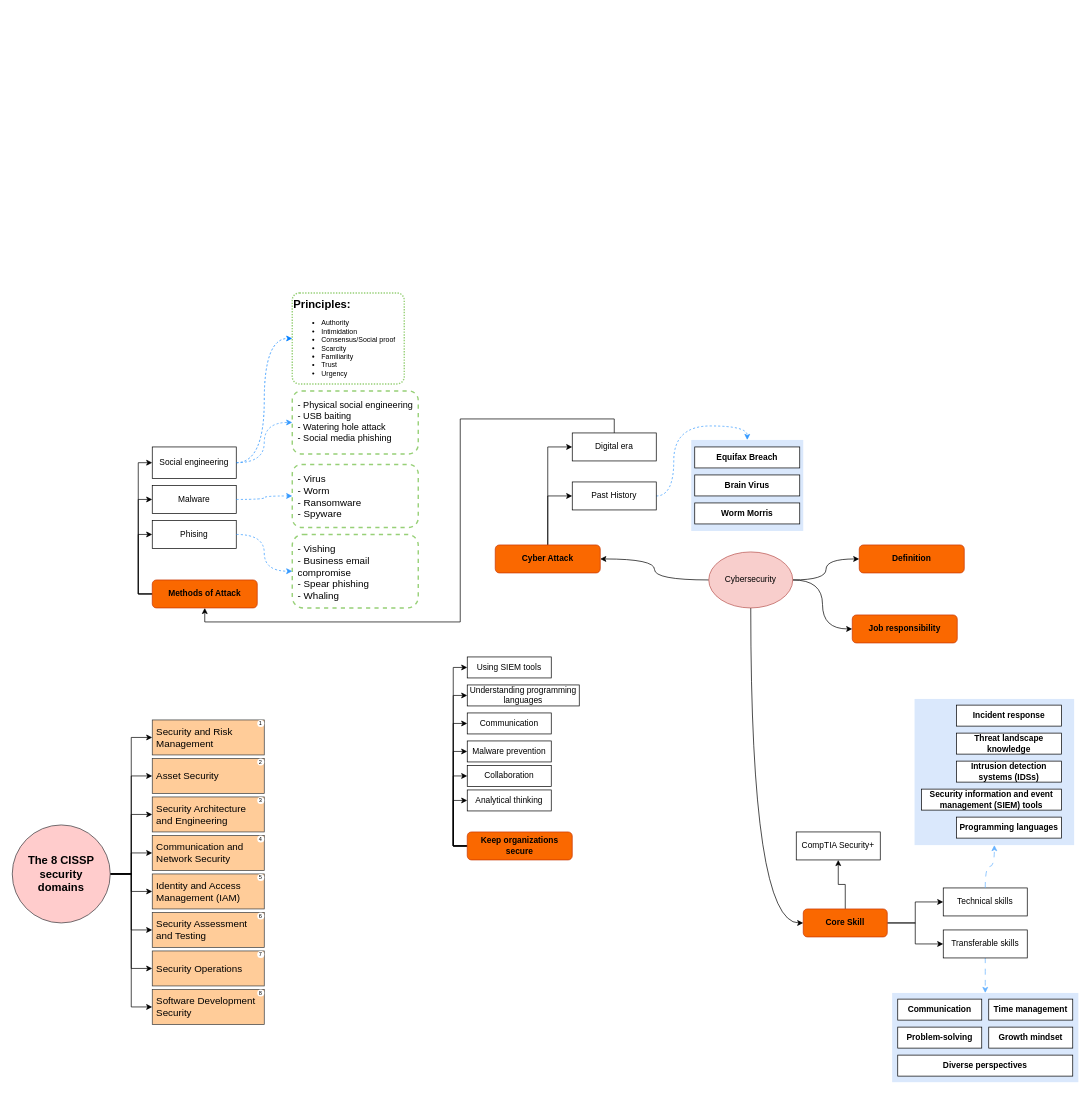
Above: mind-map.drawio in yogiprsetya/Google-Cybersecurity-x-Coursera (draw.io), before the change. Source tidied: cells renumbered, new cells numbered last; positions are measured from the earlier drawing's top-left corner, leaving out a move shared by most shapes. Both pictures are drawn from the tidied source at 70%, with x=0, y=0 at pixel (12, 293).
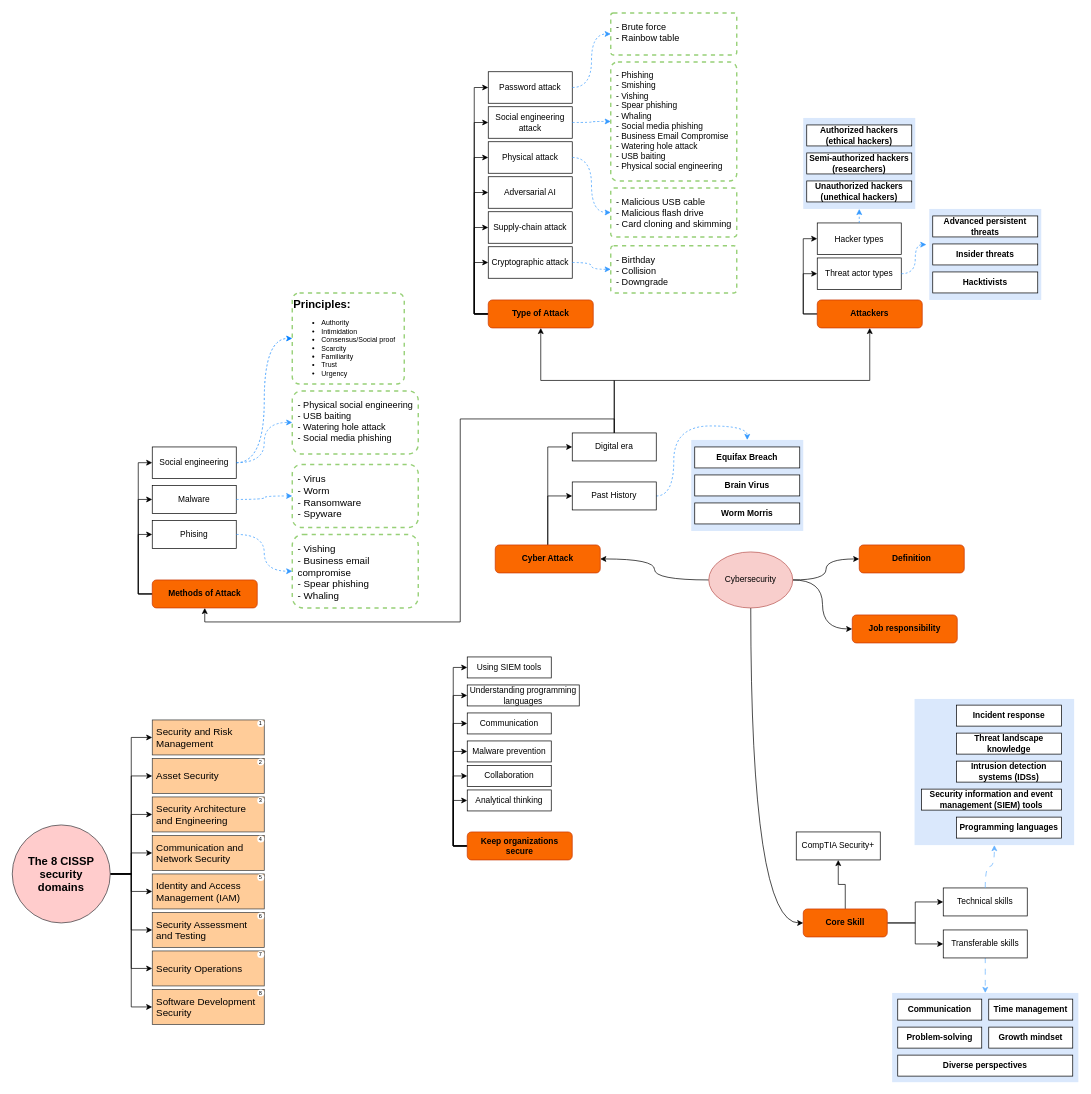
Above is the later version.

Unchanged cells that the change refers to:
```xml
<mxCell id="53" value="Digital era" style="rounded=0;whiteSpace=wrap;html=1;" parent="1" vertex="1">
  <mxGeometry x="800" y="200" width="120" height="40" as="geometry" />
</mxCell>
```

Diff of the diagram source:
```diff
@@
+    <mxCell id="108" style="edgeStyle=orthogonalEdgeStyle;rounded=0;jettySize=auto;html=1;" parent="1" edge="1" source="53" target="117">
+      <mxGeometry relative="1" as="geometry" />
+    </mxCell>
+    <mxCell id="109" style="edgeStyle=orthogonalEdgeStyle;rounded=0;jettySize=auto;html=1;exitX=0.5;exitY=0;exitDx=0;exitDy=0;entryX=0.5;entryY=1;entryDx=0;entryDy=0;" parent="1" edge="1" source="53" target="134">
+      <mxGeometry relative="1" as="geometry" />
+    </mxCell>
@@
-    <mxCell id="55" value="&lt;p style=&quot;margin-top: 0px;&quot;&gt;&lt;font style=&quot;font-size: 16px;&quot;&gt;&lt;b&gt;Principles:&lt;/b&gt;&lt;/font&gt;&lt;/p&gt;&lt;ul style=&quot;font-size: 10px;&quot;&gt;&lt;li&gt;&lt;span&gt;&lt;span&gt;Authority&lt;/span&gt;&lt;/span&gt;&lt;/li&gt;&lt;li&gt;&lt;span&gt;&lt;span&gt;Intimidation&lt;/span&gt;&lt;/span&gt;&lt;/li&gt;&lt;li&gt;&lt;span&gt;&lt;span&gt;Consensus/Social proof&lt;/span&gt;&lt;/span&gt;&lt;/li&gt;&lt;li&gt;&lt;span&gt;&lt;span&gt;Scarcity&lt;/span&gt;&lt;/span&gt;&lt;/li&gt;&lt;li&gt;&lt;span&gt;&lt;span&gt;Familiarity&lt;/span&gt;&lt;/span&gt;&lt;/li&gt;&lt;li&gt;&lt;span&gt;&lt;span&gt;Trust&lt;/span&gt;&lt;/span&gt;&lt;/li&gt;&lt;li&gt;&lt;span&gt;&lt;span&gt;Urgency&lt;/span&gt;&lt;/span&gt;&lt;/li&gt;&lt;/ul&gt;" style="text;html=1;whiteSpace=wrap;overflow=hidden;rounded=1;strokeColor=#97D077;dashed=1;dashPattern=1 1;arcSize=8;strokeWidth=2;" parent="1" vertex="1">
+    <mxCell id="55" value="&lt;p style=&quot;margin-top: 0px;&quot;&gt;&lt;font style=&quot;font-size: 16px;&quot;&gt;&lt;b&gt;Principles:&lt;/b&gt;&lt;/font&gt;&lt;/p&gt;&lt;ul style=&quot;font-size: 10px;&quot;&gt;&lt;li&gt;&lt;span&gt;&lt;span&gt;Authority&lt;/span&gt;&lt;/span&gt;&lt;/li&gt;&lt;li&gt;&lt;span&gt;&lt;span&gt;Intimidation&lt;/span&gt;&lt;/span&gt;&lt;/li&gt;&lt;li&gt;&lt;span&gt;&lt;span&gt;Consensus/Social proof&lt;/span&gt;&lt;/span&gt;&lt;/li&gt;&lt;li&gt;&lt;span&gt;&lt;span&gt;Scarcity&lt;/span&gt;&lt;/span&gt;&lt;/li&gt;&lt;li&gt;&lt;span&gt;&lt;span&gt;Familiarity&lt;/span&gt;&lt;/span&gt;&lt;/li&gt;&lt;li&gt;&lt;span&gt;&lt;span&gt;Trust&lt;/span&gt;&lt;/span&gt;&lt;/li&gt;&lt;li&gt;&lt;span&gt;&lt;span&gt;Urgency&lt;/span&gt;&lt;/span&gt;&lt;/li&gt;&lt;/ul&gt;" style="text;html=1;whiteSpace=wrap;overflow=hidden;rounded=1;strokeColor=#97D077;dashed=1;arcSize=8;strokeWidth=2;" parent="1" vertex="1">
       <mxGeometry x="400" width="160" height="130" as="geometry" />
     </mxCell>
@@
+    <mxCell id="110" style="group;" parent="1" vertex="1">
+      <mxGeometry x="680" y="-400" width="355" height="450" as="geometry" />
+    </mxCell>
+    <mxCell id="111" style="edgeStyle=orthogonalEdgeStyle;rounded=0;jettySize=auto;html=1;entryX=0;entryY=0.5;entryDx=0;entryDy=0;exitX=0;exitY=0.5;exitDx=0;exitDy=0;" parent="110" edge="1" source="117" target="129">
+      <mxGeometry relative="1" as="geometry" />
+    </mxCell>
+    <mxCell id="112" style="edgeStyle=orthogonalEdgeStyle;rounded=0;jettySize=auto;html=1;exitX=0;exitY=0.5;exitDx=0;exitDy=0;entryX=0;entryY=0.5;entryDx=0;entryDy=0;" parent="110" edge="1" source="117" target="128">
+      <mxGeometry relative="1" as="geometry" />
+    </mxCell>
+    <mxCell id="113" style="edgeStyle=orthogonalEdgeStyle;rounded=0;jettySize=auto;html=1;exitX=0;exitY=0.5;exitDx=0;exitDy=0;entryX=0;entryY=0.5;entryDx=0;entryDy=0;" parent="110" edge="1" source="117" target="127">
+      <mxGeometry relative="1" as="geometry" />
+    </mxCell>
+    <mxCell id="114" style="edgeStyle=orthogonalEdgeStyle;rounded=0;jettySize=auto;html=1;exitX=0;exitY=0.5;exitDx=0;exitDy=0;entryX=0;entryY=0.5;entryDx=0;entryDy=0;" parent="110" edge="1" source="117" target="120">
+      <mxGeometry relative="1" as="geometry" />
+    </mxCell>
+    <mxCell id="115" style="edgeStyle=orthogonalEdgeStyle;rounded=0;jettySize=auto;html=1;exitX=0;exitY=0.5;exitDx=0;exitDy=0;entryX=0;entryY=0.5;entryDx=0;entryDy=0;" parent="110" edge="1" source="117" target="118">
+      <mxGeometry relative="1" as="geometry" />
+    </mxCell>
+    <mxCell id="116" style="edgeStyle=orthogonalEdgeStyle;rounded=0;jettySize=auto;html=1;exitX=0;exitY=0.5;exitDx=0;exitDy=0;entryX=0;entryY=0.5;entryDx=0;entryDy=0;" parent="110" edge="1" source="117" target="119">
+      <mxGeometry relative="1" as="geometry" />
+    </mxCell>
+    <mxCell id="117" value="Type of Attack" style="rounded=1;whiteSpace=wrap;html=1;fontStyle=1;fillColor=#fa6800;fontColor=#000000;strokeColor=#C73500;" parent="110" vertex="1">
+      <mxGeometry y="410" width="150" height="40" as="geometry" />
+    </mxCell>
+    <mxCell id="118" value="Social engineering attack" style="rounded=0;whiteSpace=wrap;html=1;" parent="110" vertex="1">
+      <mxGeometry y="134" width="120" height="45" as="geometry" />
+    </mxCell>
+    <mxCell id="119" value="Password attack" style="rounded=0;whiteSpace=wrap;html=1;" parent="110" vertex="1">
+      <mxGeometry y="84" width="120" height="45" as="geometry" />
+    </mxCell>
+    <mxCell id="120" value="Physical attack" style="rounded=0;whiteSpace=wrap;html=1;" parent="110" vertex="1">
+      <mxGeometry y="184" width="120" height="45" as="geometry" />
+    </mxCell>
+    <mxCell id="121" value="&lt;div style=&quot;font-size: 13px;&quot;&gt;&lt;font style=&quot;font-size: 13px;&quot;&gt;- Brute force&lt;br&gt;- Rainbow table&lt;/font&gt;&lt;/div&gt;" style="text;html=1;whiteSpace=wrap;overflow=hidden;rounded=1;strokeColor=#97D077;dashed=1;fillColor=none;strokeWidth=2;spacing=8;arcSize=6;" parent="110" vertex="1">
+      <mxGeometry x="175" width="180" height="60" as="geometry" />
+    </mxCell>
+    <mxCell id="122" style="rounded=0;jettySize=auto;html=1;exitX=1;exitY=0.5;exitDx=0;exitDy=0;entryX=0;entryY=0.5;entryDx=0;entryDy=0;dashed=1;strokeColor=#3399FF;edgeStyle=orthogonalEdgeStyle;curved=1;" parent="110" edge="1" source="119" target="121">
+      <mxGeometry relative="1" as="geometry" />
+    </mxCell>
+    <mxCell id="123" value="- Phishing&lt;br&gt;- Smishing&lt;br&gt;- Vishing&lt;br&gt;- Spear phishing&lt;br&gt;- Whaling&lt;br&gt;- Social media phishing&lt;br&gt;- Business Email Compromise&lt;br&gt;- Watering hole attack&lt;br&gt;- USB baiting&lt;br&gt;- Physical social engineering " style="text;html=1;whiteSpace=wrap;overflow=hidden;rounded=1;strokeColor=#97D077;dashed=1;fillColor=none;strokeWidth=2;spacing=8;arcSize=6;" parent="110" vertex="1">
+      <mxGeometry x="175" y="70" width="180" height="170" as="geometry" />
+    </mxCell>
+    <mxCell id="124" style="rounded=0;jettySize=auto;html=1;exitX=1;exitY=0.5;exitDx=0;exitDy=0;entryX=0;entryY=0.5;entryDx=0;entryDy=0;dashed=1;strokeColor=#3399FF;edgeStyle=orthogonalEdgeStyle;curved=1;" parent="110" edge="1" source="118" target="123">
+      <mxGeometry relative="1" as="geometry" />
+    </mxCell>
+    <mxCell id="125" value="&lt;div style=&quot;font-size: 13px;&quot;&gt;&lt;font style=&quot;font-size: 13px;&quot;&gt;- Malicious USB cable&lt;br&gt;- Malicious flash drive&lt;br&gt;- Card cloning and skimming&lt;/font&gt;&lt;/div&gt;" style="text;html=1;whiteSpace=wrap;overflow=hidden;rounded=1;strokeColor=#97D077;dashed=1;fillColor=none;strokeWidth=2;spacing=8;arcSize=6;" parent="110" vertex="1">
+      <mxGeometry x="175" y="250" width="180" height="70" as="geometry" />
+    </mxCell>
+    <mxCell id="126" style="rounded=0;jettySize=auto;html=1;exitX=1;exitY=0.5;exitDx=0;exitDy=0;entryX=0;entryY=0.5;entryDx=0;entryDy=0;dashed=1;strokeColor=#3399FF;edgeStyle=orthogonalEdgeStyle;curved=1;" parent="110" edge="1" source="120" target="125">
+      <mxGeometry relative="1" as="geometry" />
+    </mxCell>
+    <mxCell id="127" value="Adversarial AI" style="rounded=0;whiteSpace=wrap;html=1;" parent="110" vertex="1">
+      <mxGeometry y="234" width="120" height="45" as="geometry" />
+    </mxCell>
+    <mxCell id="128" value="Supply-chain attack" style="rounded=0;whiteSpace=wrap;html=1;" parent="110" vertex="1">
+      <mxGeometry y="284" width="120" height="45" as="geometry" />
+    </mxCell>
+    <mxCell id="129" value="Cryptographic attack" style="rounded=0;whiteSpace=wrap;html=1;" parent="110" vertex="1">
+      <mxGeometry y="334" width="120" height="45" as="geometry" />
+    </mxCell>
+    <mxCell id="130" value="&lt;div style=&quot;font-size: 13px;&quot;&gt;&lt;font style=&quot;font-size: 13px;&quot;&gt;- Birthday&lt;br&gt;- Collision&lt;br&gt;- Downgrade&lt;/font&gt;&lt;/div&gt;" style="text;html=1;whiteSpace=wrap;overflow=hidden;rounded=1;strokeColor=#97D077;dashed=1;fillColor=none;strokeWidth=2;spacing=8;arcSize=6;" parent="110" vertex="1">
+      <mxGeometry x="175" y="332.5" width="180" height="67.5" as="geometry" />
+    </mxCell>
+    <mxCell id="131" style="rounded=0;jettySize=auto;html=1;exitX=1;exitY=0.5;exitDx=0;exitDy=0;entryX=0;entryY=0.5;entryDx=0;entryDy=0;dashed=1;strokeColor=#3399FF;edgeStyle=orthogonalEdgeStyle;curved=1;" parent="110" edge="1" source="129" target="130">
+      <mxGeometry relative="1" as="geometry" />
+    </mxCell>
+    <mxCell id="132" style="edgeStyle=orthogonalEdgeStyle;rounded=0;jettySize=auto;html=1;exitX=0;exitY=0.5;exitDx=0;exitDy=0;entryX=0;entryY=0.5;entryDx=0;entryDy=0;" parent="1" edge="1" source="134" target="135">
+      <mxGeometry relative="1" as="geometry" />
+    </mxCell>
+    <mxCell id="133" style="edgeStyle=orthogonalEdgeStyle;rounded=0;jettySize=auto;html=1;exitX=0;exitY=0.5;exitDx=0;exitDy=0;entryX=0;entryY=0.5;entryDx=0;entryDy=0;" parent="1" edge="1" source="134" target="137">
+      <mxGeometry relative="1" as="geometry" />
+    </mxCell>
+    <mxCell id="134" value="Attackers" style="rounded=1;whiteSpace=wrap;html=1;fontStyle=1;fillColor=#fa6800;fontColor=#000000;strokeColor=#C73500;" parent="1" vertex="1">
+      <mxGeometry x="1150" y="10" width="150" height="40" as="geometry" />
+    </mxCell>
+    <mxCell id="135" value="Threat actor types" style="rounded=0;whiteSpace=wrap;html=1;" parent="1" vertex="1">
+      <mxGeometry x="1150" y="-50" width="120" height="45" as="geometry" />
+    </mxCell>
+    <mxCell id="136" style="edgeStyle=orthogonalEdgeStyle;rounded=0;jettySize=auto;html=1;entryX=-0.026;entryY=0.392;entryDx=0;entryDy=0;curved=1;dashed=1;strokeColor=#3399FF;exitX=1;exitY=0.5;exitDx=0;exitDy=0;entryPerimeter=0;" parent="1" edge="1" source="135" target="139">
+      <mxGeometry relative="1" as="geometry" />
+    </mxCell>
+    <mxCell id="137" value="Hacker types" style="rounded=0;whiteSpace=wrap;html=1;" parent="1" vertex="1">
+      <mxGeometry x="1150" y="-100" width="120" height="45" as="geometry" />
+    </mxCell>
+    <mxCell id="138" style="group;" parent="1" vertex="1">
+      <mxGeometry x="1310" y="-120" width="160" height="130" as="geometry" />
+    </mxCell>
+    <mxCell id="139" style="rounded=0;whiteSpace=wrap;html=1;fillColor=#dae8fc;strokeColor=none;" parent="138" vertex="1">
+      <mxGeometry width="160" height="130" as="geometry" />
+    </mxCell>
+    <mxCell id="140" style="group;" parent="138" vertex="1">
+      <mxGeometry x="5" y="10" width="150" height="110" as="geometry" />
+    </mxCell>
+    <mxCell id="141" value="&lt;strong&gt;Hacktivists&lt;/strong&gt;" style="whiteSpace=wrap;html=1;rounded=0;" parent="140" vertex="1">
+      <mxGeometry y="80" width="150" height="30" as="geometry" />
+    </mxCell>
+    <mxCell id="142" value="&lt;strong&gt;Insider threats&lt;br&gt;&lt;/strong&gt;" style="whiteSpace=wrap;html=1;rounded=0;" parent="140" vertex="1">
+      <mxGeometry y="40" width="150" height="30" as="geometry" />
+    </mxCell>
+    <mxCell id="143" value="&lt;strong&gt;Advanced persistent threats&lt;br&gt;&lt;/strong&gt;" style="whiteSpace=wrap;html=1;rounded=0;" parent="140" vertex="1">
+      <mxGeometry width="150" height="30" as="geometry" />
+    </mxCell>
+    <mxCell id="144" style="group;" parent="1" vertex="1">
+      <mxGeometry x="1130" y="-250" width="160" height="130" as="geometry" />
+    </mxCell>
+    <mxCell id="145" style="rounded=0;whiteSpace=wrap;html=1;fillColor=#dae8fc;strokeColor=none;" parent="144" vertex="1">
+      <mxGeometry width="160" height="130" as="geometry" />
+    </mxCell>
+    <mxCell id="146" style="group;" parent="144" vertex="1">
+      <mxGeometry x="5" y="10" width="150" height="110" as="geometry" />
+    </mxCell>
+    <mxCell id="147" value="&lt;strong&gt;Unauthorized hackers (unethical hackers)&lt;/strong&gt;" style="whiteSpace=wrap;html=1;rounded=0;" parent="146" vertex="1">
+      <mxGeometry y="80" width="150" height="30" as="geometry" />
+    </mxCell>
+    <mxCell id="148" value="&lt;strong&gt;Semi-authorized hackers (researchers)&lt;/strong&gt;" style="whiteSpace=wrap;html=1;rounded=0;" parent="146" vertex="1">
+      <mxGeometry y="40" width="150" height="30" as="geometry" />
+    </mxCell>
+    <mxCell id="149" value="&lt;strong&gt;Authorized hackers (ethical hackers)&lt;br&gt;&lt;/strong&gt;" style="whiteSpace=wrap;html=1;rounded=0;fontStyle=0;" parent="146" vertex="1">
+      <mxGeometry width="150" height="30" as="geometry" />
+    </mxCell>
+    <mxCell id="150" style="rounded=0;jettySize=auto;html=1;entryX=0.5;entryY=1;entryDx=0;entryDy=0;dashed=1;strokeColor=#3399FF;exitX=0.5;exitY=0;exitDx=0;exitDy=0;edgeStyle=orthogonalEdgeStyle;curved=1;" parent="1" edge="1" source="137" target="145">
+      <mxGeometry relative="1" as="geometry" />
+    </mxCell>
```
